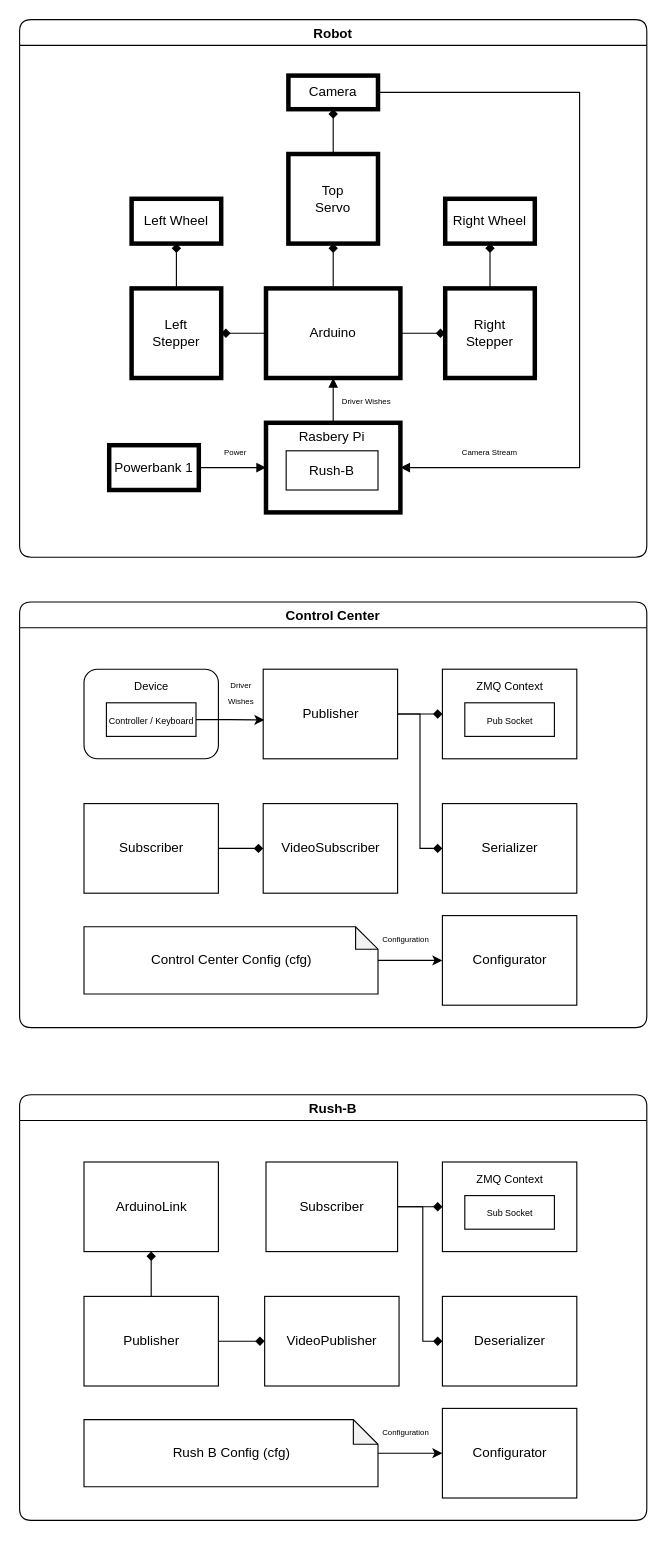
This is page "Architecture" (2 of 5) of docs/diagrams/Design.drawio from GjergjiSh/Rush-B, a draw.io file, before an edit. Source tidied: cells renumbered, new cells numbered last; positions are measured from the earlier drawing's top-left corner, leaving out a move shared by most shapes. Both pictures are drawn from the tidied source at 112%, with x=0, y=0 at pixel (19, 19).
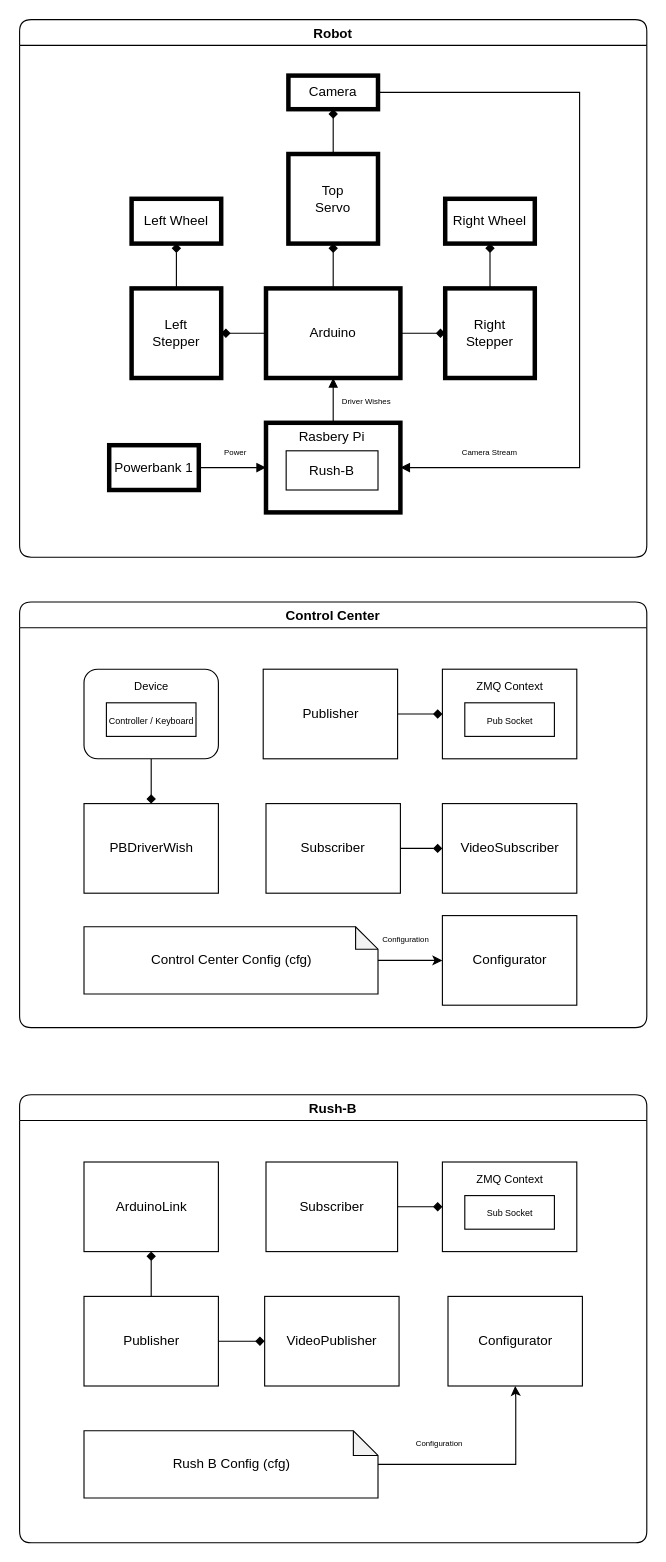
Above is the later version.

Commit message (it also covers changes not shown here):
removed serializer component from design diagram

The change refers to these unchanged cells:
```xml
<mxCell id="26" value="Control Center" style="swimlane;rounded=1;" parent="1" vertex="1">
  <mxGeometry y="520" width="560" height="380" as="geometry" />
</mxCell>
<mxCell id="27" style="rounded=1;whiteSpace=wrap;html=1;" parent="26" vertex="1">
  <mxGeometry x="57.5" y="60" width="120" height="80" as="geometry" />
</mxCell>
<mxCell id="28" value="&lt;span style=&quot;font-size: 8px&quot;&gt;Controller / Keyboard&lt;/span&gt;" style="rounded=0;whiteSpace=wrap;html=1;" parent="26" vertex="1">
  <mxGeometry x="77.5" y="90" width="80" height="30" as="geometry" />
</mxCell>
<mxCell id="30" value="Publisher" style="rounded=0;whiteSpace=wrap;html=1;" parent="26" vertex="1">
  <mxGeometry x="217.5" y="60" width="120" height="80" as="geometry" />
</mxCell>
<mxCell id="47" value="Subscriber" style="rounded=0;whiteSpace=wrap;html=1;" parent="46" vertex="1">
  <mxGeometry x="220" y="60" width="117.5" height="80" as="geometry" />
</mxCell>
```

What changed in the source:
```diff
@@
+    <mxCell id="63" style="edgeStyle=orthogonalEdgeStyle;rounded=0;jettySize=auto;html=1;exitX=0.5;exitY=1;exitDx=0;exitDy=0;entryX=0.5;entryY=0;entryDx=0;entryDy=0;endArrow=diamond;endFill=1;" parent="26" edge="1" source="27" target="64">
+      <mxGeometry relative="1" as="geometry" />
+    </mxCell>
@@
-    <mxCell id="31" style="edgeStyle=orthogonalEdgeStyle;rounded=0;jettySize=auto;html=1;exitX=1;exitY=0.5;exitDx=0;exitDy=0;entryX=0.009;entryY=0.567;entryDx=0;entryDy=0;entryPerimeter=0;" parent="26" edge="1" source="28" target="30">
-      <mxGeometry relative="1" as="geometry" />
-    </mxCell>
@@
-    <mxCell id="36" style="edgeStyle=orthogonalEdgeStyle;rounded=0;jettySize=auto;html=1;exitX=1;exitY=0.5;exitDx=0;exitDy=0;entryX=0;entryY=0.5;entryDx=0;entryDy=0;endArrow=diamond;endFill=1;" parent="26" edge="1" source="30" target="37">
-      <mxGeometry relative="1" as="geometry" />
-    </mxCell>
-    <mxCell id="37" value="Serializer" style="rounded=0;whiteSpace=wrap;html=1;" parent="26" vertex="1">
-      <mxGeometry x="377.5" y="180" width="120" height="80" as="geometry" />
-    </mxCell>
     <mxCell id="38" value="Subscriber" style="rounded=0;whiteSpace=wrap;html=1;" parent="26" vertex="1">
-      <mxGeometry x="57.5" y="180" width="120" height="80" as="geometry" />
+      <mxGeometry x="220" y="180" width="120" height="80" as="geometry" />
     </mxCell>
     <mxCell id="39" value="VideoSubscriber" style="rounded=0;whiteSpace=wrap;html=1;" parent="26" vertex="1">
-      <mxGeometry x="217.5" y="180" width="120" height="80" as="geometry" />
+      <mxGeometry x="377.5" y="180" width="120" height="80" as="geometry" />
     </mxCell>
@@
-    <mxCell id="41" value="&lt;font style=&quot;font-size: 7px&quot;&gt;Driver&lt;br&gt;Wishes&lt;br&gt;&lt;/font&gt;" style="text;html=1;strokeColor=none;fillColor=none;align=center;verticalAlign=middle;whiteSpace=wrap;rounded=0;" parent="26" vertex="1">
-      <mxGeometry x="157.5" y="70" width="80" height="20" as="geometry" />
-    </mxCell>
@@
+    <mxCell id="64" value="PBDriverWish" style="rounded=0;whiteSpace=wrap;html=1;" parent="26" vertex="1">
+      <mxGeometry x="57.5" y="180" width="120" height="80" as="geometry" />
+    </mxCell>
     <mxCell id="46" value="Rush-B" style="swimlane;rounded=1;" parent="1" vertex="1">
-      <mxGeometry y="960" width="560" height="380" as="geometry" />
+      <mxGeometry y="960" width="560" height="400" as="geometry" />
     </mxCell>
@@
-    <mxCell id="52" style="edgeStyle=orthogonalEdgeStyle;rounded=0;jettySize=auto;html=1;exitX=1;exitY=0.5;exitDx=0;exitDy=0;entryX=0;entryY=0.5;entryDx=0;entryDy=0;endArrow=diamond;endFill=1;" parent="46" edge="1" source="47" target="53">
-      <mxGeometry relative="1" as="geometry">
-        <Array as="points">
-          <mxPoint x="360" y="100" />
-          <mxPoint x="360" y="220" />
-        </Array>
-      </mxGeometry>
-    </mxCell>
-    <mxCell id="53" value="Deserializer" style="rounded=0;whiteSpace=wrap;html=1;" parent="46" vertex="1">
-      <mxGeometry x="377.5" y="180" width="120" height="80" as="geometry" />
-    </mxCell>
@@
-    <mxCell id="58" style="edgeStyle=orthogonalEdgeStyle;rounded=0;jettySize=auto;html=1;entryX=0;entryY=0.5;entryDx=0;entryDy=0;" parent="46" edge="1" source="59" target="61">
-      <mxGeometry relative="1" as="geometry" />
+    <mxCell id="58" style="edgeStyle=orthogonalEdgeStyle;rounded=0;jettySize=auto;html=1;entryX=0.5;entryY=1;entryDx=0;entryDy=0;" parent="46" edge="1" source="59" target="61">
+      <mxGeometry relative="1" as="geometry">
+        <Array as="points">
+          <mxPoint x="443" y="330" />
+          <mxPoint x="443" y="270" />
+        </Array>
+      </mxGeometry>
     </mxCell>
     <mxCell id="59" value="Rush B Config (cfg)" style="shape=note;whiteSpace=wrap;html=1;backgroundOutline=1;darkOpacity=0.05;rounded=0;size=22;" parent="46" vertex="1">
-      <mxGeometry x="57.5" y="290" width="262.5" height="60" as="geometry" />
+      <mxGeometry x="57.5" y="300" width="262.5" height="60" as="geometry" />
     </mxCell>
@@
     <mxCell id="61" value="Configurator" style="rounded=0;whiteSpace=wrap;html=1;" parent="46" vertex="1">
-      <mxGeometry x="377.5" y="280" width="120" height="80" as="geometry" />
+      <mxGeometry x="382.5" y="180" width="120" height="80" as="geometry" />
     </mxCell>
-    <mxCell id="62" value="&lt;font style=&quot;font-size: 7px&quot;&gt;Configuration&lt;/font&gt;" style="text;html=1;strokeColor=none;fillColor=none;align=center;verticalAlign=middle;whiteSpace=wrap;rounded=0;" parent="1" vertex="1">
-      <mxGeometry x="330" y="1250" width="30" height="20" as="geometry" />
+    <mxCell id="62" value="&lt;font style=&quot;font-size: 7px&quot;&gt;Configuration&lt;/font&gt;" style="text;html=1;strokeColor=none;fillColor=none;align=center;verticalAlign=middle;whiteSpace=wrap;rounded=0;" parent="46" vertex="1">
+      <mxGeometry x="360" y="300" width="30" height="20" as="geometry" />
     </mxCell>
```
